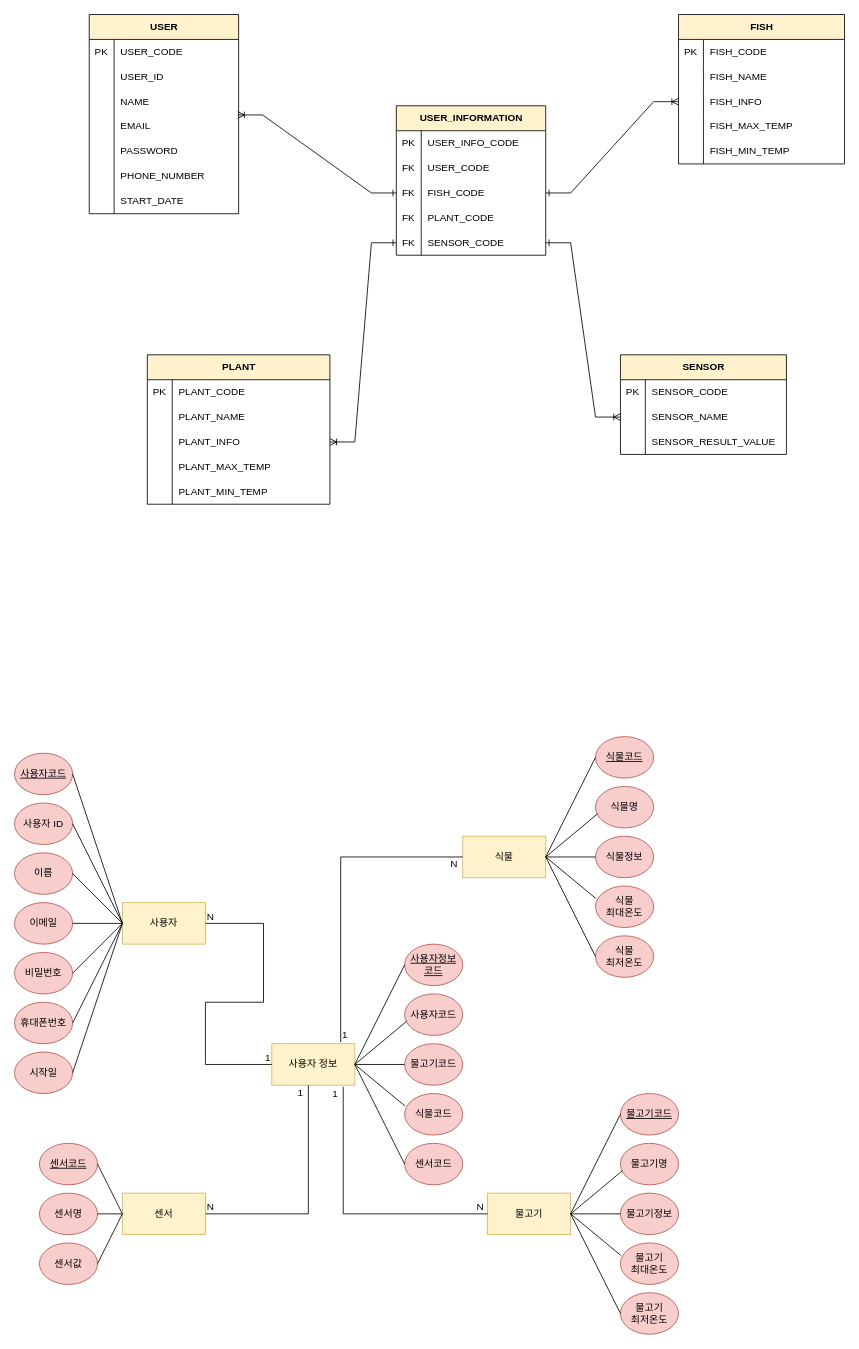
hayarobyjy/JY_Code keeps this draw.io diagram as 제목 없는 다이어그램.drawio. Above is the earlier version. Source tidied: cells renumbered, new cells numbered last; positions are measured from the earlier drawing's top-left corner, leaving out a move shared by most shapes. Both pictures are drawn from the tidied source at 83%, with x=0, y=0 at pixel (14, 14).
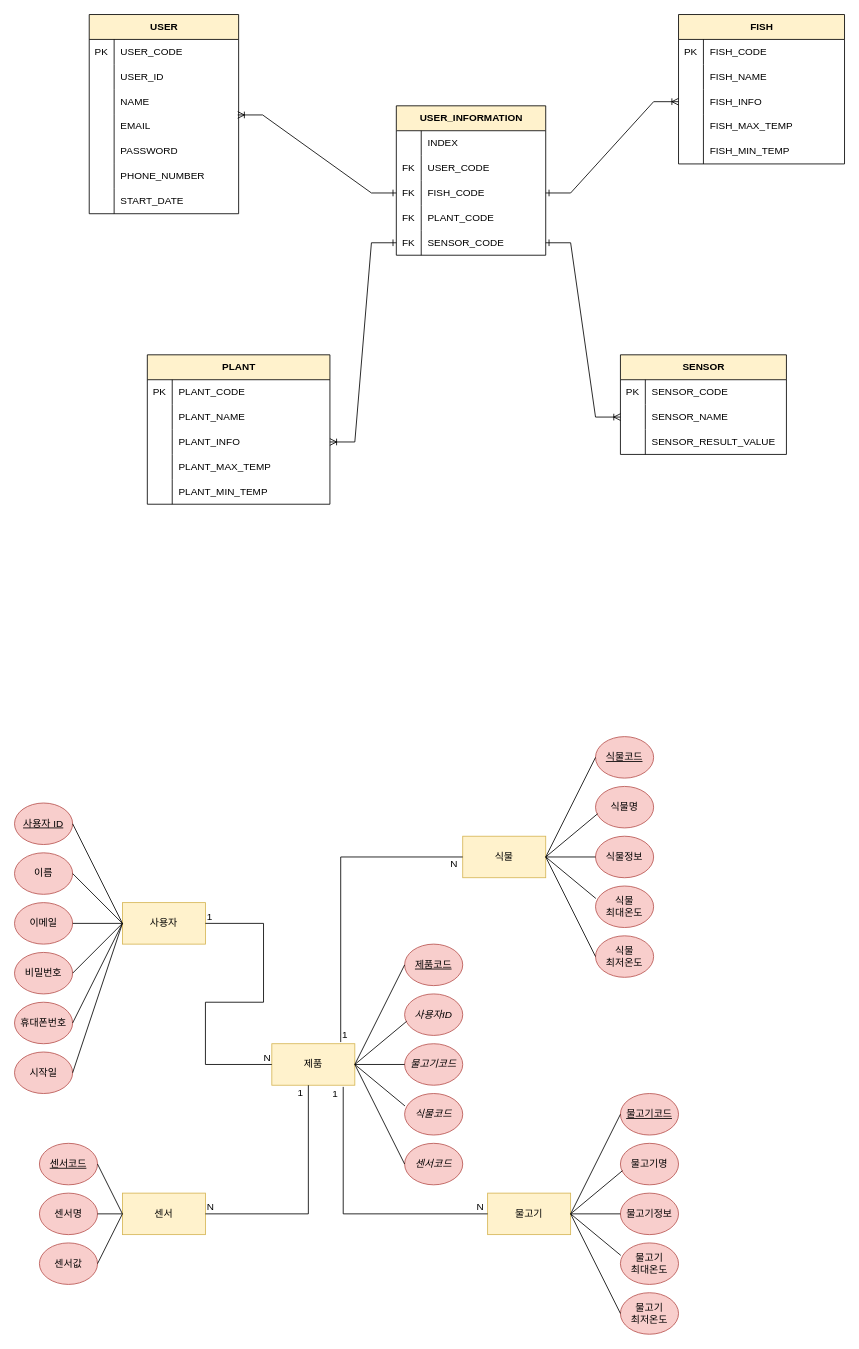
Above is the later version.

Commit message (it also covers changes not shown here):
제목 없는 다이어그램.drawio 업데이트

Unchanged cells that the change refers to:
```xml
<mxCell id="67" style="shape=tableRow;horizontal=0;startSize=0;swimlaneHead=0;swimlaneBody=0;fillColor=none;top=0;left=0;right=0;bottom=0;strokeColor=default;" parent="66" vertex="1">
  <mxGeometry y="30" width="180" height="30" as="geometry" />
</mxCell>
<mxCell id="86" style="group;" parent="1" vertex="1">
  <mxGeometry y="890" width="230" height="410" as="geometry" />
</mxCell>
<mxCell id="87" value="사용자" style="rounded=0;whiteSpace=wrap;html=1;fillColor=#fff2cc;strokeColor=#d6b656;" parent="86" vertex="1">
  <mxGeometry x="130" y="180" width="100" height="50" as="geometry" />
</mxCell>
<mxCell id="137" style="endArrow=none;html=1;rounded=0;exitX=1;exitY=0.5;exitDx=0;exitDy=0;entryX=0;entryY=0.5;entryDx=0;entryDy=0;" parent="1" edge="1" source="87" target="128">
  <mxGeometry relative="1" as="geometry">
    <Array as="points">
      <mxPoint x="300" y="1095" />
      <mxPoint x="300" y="1190" />
      <mxPoint x="230" y="1190" />
      <mxPoint x="230" y="1265" />
    </Array>
  </mxGeometry>
</mxCell>
```

Change to the diagram source:
```diff
@@
-    <mxCell id="68" value="PK" style="shape=partialRectangle;fillColor=none;top=0;left=0;bottom=0;right=0;overflow=hidden;whiteSpace=wrap;html=1;" parent="67" vertex="1">
+    <mxCell id="68" style="shape=partialRectangle;fillColor=none;top=0;left=0;bottom=0;right=0;overflow=hidden;whiteSpace=wrap;html=1;" parent="67" vertex="1">
       <mxGeometry width="30" height="30" as="geometry" />
     </mxCell>
-    <mxCell id="69" value="USER_INFO_CODE" style="shape=partialRectangle;fillColor=none;top=0;left=0;bottom=0;right=0;align=left;spacingLeft=6;overflow=hidden;whiteSpace=wrap;html=1;" parent="67" vertex="1">
+    <mxCell id="69" value="INDEX" style="shape=partialRectangle;fillColor=none;top=0;left=0;bottom=0;right=0;align=left;spacingLeft=6;overflow=hidden;whiteSpace=wrap;html=1;" parent="67" vertex="1">
       <mxGeometry x="30" width="150" height="30" as="geometry" />
     </mxCell>
@@
-    <mxCell id="88" value="사용자 ID" style="ellipse;whiteSpace=wrap;html=1;flipV=1;flipH=1;fillColor=#f8cecc;strokeColor=#b85450;" parent="86" vertex="1">
+    <mxCell id="88" value="사용자 ID" style="ellipse;whiteSpace=wrap;html=1;flipV=1;flipH=1;fillColor=#f8cecc;strokeColor=#b85450;fontStyle=4;" parent="86" vertex="1">
       <mxGeometry y="60" width="70" height="50" as="geometry" />
     </mxCell>
@@
-    <mxCell id="90" value="&lt;u&gt;사용자코드&lt;/u&gt;" style="ellipse;whiteSpace=wrap;html=1;flipV=1;flipH=1;fillColor=#f8cecc;strokeColor=#b85450;" parent="86" vertex="1">
-      <mxGeometry width="70" height="50" as="geometry" />
-    </mxCell>
@@
-    <mxCell id="95" style="endArrow=none;html=1;rounded=0;exitX=1;exitY=0.5;exitDx=0;exitDy=0;entryX=0;entryY=0.5;entryDx=0;entryDy=0;" parent="86" edge="1" source="90" target="87">
-      <mxGeometry relative="1" as="geometry" />
-    </mxCell>
@@
-    <mxCell id="128" value="사용자 정보" style="rounded=0;whiteSpace=wrap;html=1;fillColor=#fff2cc;strokeColor=#d6b656;" parent="1" vertex="1">
+    <mxCell id="128" value="제품" style="rounded=0;whiteSpace=wrap;html=1;fillColor=#fff2cc;strokeColor=#d6b656;" parent="1" vertex="1">
       <mxGeometry x="310" y="1240" width="100" height="50" as="geometry" />
     </mxCell>
@@
-    <mxCell id="138" value="N" style="html=1;whiteSpace=wrap;align=left;verticalAlign=bottom;" parent="137" vertex="1">
+    <mxCell id="138" value="1" style="html=1;whiteSpace=wrap;align=left;verticalAlign=bottom;" parent="137" vertex="1">
       <mxGeometry x="-1" relative="1" as="geometry" />
     </mxCell>
-    <mxCell id="139" value="1" style="html=1;whiteSpace=wrap;align=right;verticalAlign=bottom;" parent="137" vertex="1">
+    <mxCell id="139" value="N" style="html=1;whiteSpace=wrap;align=right;verticalAlign=bottom;" parent="137" vertex="1">
       <mxGeometry x="1" relative="1" as="geometry" />
     </mxCell>
@@
-    <mxCell id="150" value="사용자코드" style="ellipse;whiteSpace=wrap;html=1;flipV=1;flipH=1;fillColor=#f8cecc;strokeColor=#b85450;" parent="1" vertex="1">
+    <mxCell id="150" value="사용자ID" style="ellipse;whiteSpace=wrap;html=1;flipV=1;flipH=1;fillColor=#f8cecc;strokeColor=#b85450;fontStyle=2;" parent="1" vertex="1">
       <mxGeometry x="470" y="1180" width="70" height="50" as="geometry" />
     </mxCell>
-    <mxCell id="151" value="물고기코드" style="ellipse;whiteSpace=wrap;html=1;flipV=1;flipH=1;fillColor=#f8cecc;strokeColor=#b85450;" parent="1" vertex="1">
+    <mxCell id="151" value="물고기코드" style="ellipse;whiteSpace=wrap;html=1;flipV=1;flipH=1;fillColor=#f8cecc;strokeColor=#b85450;fontStyle=2;" parent="1" vertex="1">
       <mxGeometry x="470" y="1240" width="70" height="50" as="geometry" />
     </mxCell>
-    <mxCell id="152" value="&lt;u&gt;사용자정보&lt;br&gt;코드&lt;br&gt;&lt;/u&gt;" style="ellipse;whiteSpace=wrap;html=1;flipV=1;flipH=1;fillColor=#f8cecc;strokeColor=#b85450;" parent="1" vertex="1">
+    <mxCell id="152" value="&lt;u&gt;제품코드&lt;br&gt;&lt;/u&gt;" style="ellipse;whiteSpace=wrap;html=1;flipV=1;flipH=1;fillColor=#f8cecc;strokeColor=#b85450;" parent="1" vertex="1">
       <mxGeometry x="470" y="1120" width="70" height="50" as="geometry" />
     </mxCell>
-    <mxCell id="153" value="식물코드" style="ellipse;whiteSpace=wrap;html=1;flipV=1;flipH=1;fillColor=#f8cecc;strokeColor=#b85450;" parent="1" vertex="1">
+    <mxCell id="153" value="식물코드" style="ellipse;whiteSpace=wrap;html=1;flipV=1;flipH=1;fillColor=#f8cecc;strokeColor=#b85450;fontStyle=2;" parent="1" vertex="1">
       <mxGeometry x="470" y="1300" width="70" height="50" as="geometry" />
     </mxCell>
-    <mxCell id="154" value="센서코드" style="ellipse;whiteSpace=wrap;html=1;flipV=1;flipH=1;fillColor=#f8cecc;strokeColor=#b85450;" parent="1" vertex="1">
+    <mxCell id="154" value="센서코드" style="ellipse;whiteSpace=wrap;html=1;flipV=1;flipH=1;fillColor=#f8cecc;strokeColor=#b85450;fontStyle=2;" parent="1" vertex="1">
       <mxGeometry x="470" y="1360" width="70" height="50" as="geometry" />
     </mxCell>
```
